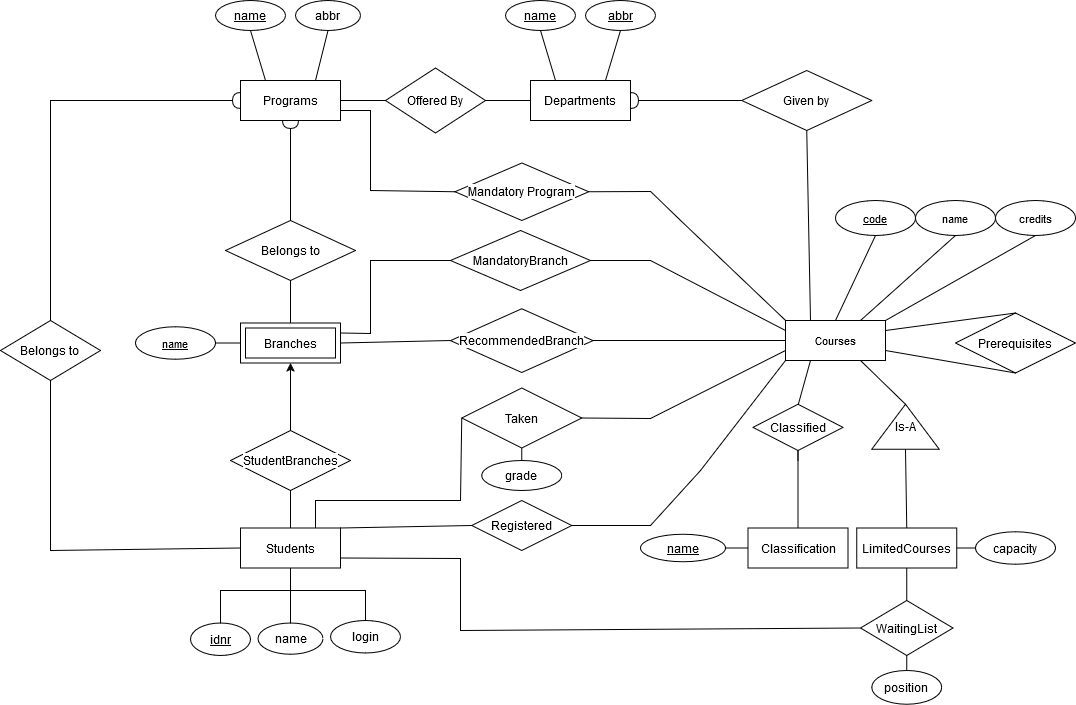
This is Part2/ER.png from kevinpettersson/DIT622-DATABASES, a draw.io export, as it was before one commit. Source tidied: cells renumbered, new cells last; positions are measured from the earlier drawing's top-left corner, leaving out a move shared by most shapes.
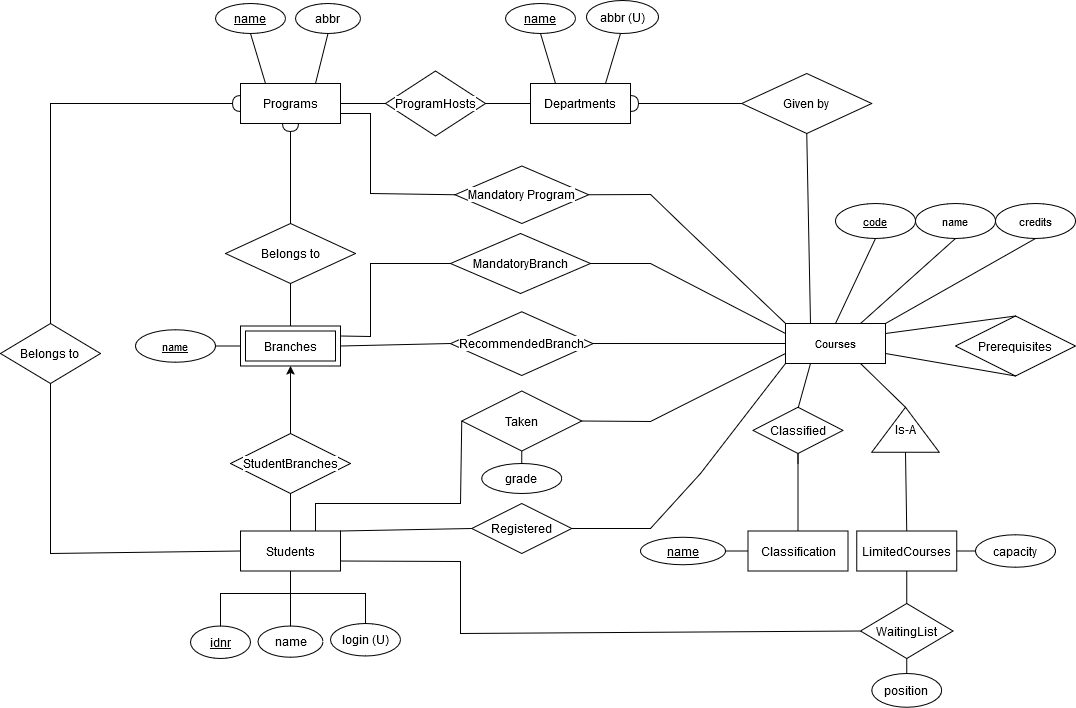
Later version of the same file.

What changed in the source:
```diff
@@ -8,7 +8,7 @@
     <mxCell id="3" value="Departments" style="whiteSpace=wrap;html=1;align=center;rounded=0;fontColor=default;labelBackgroundColor=default;labelBorderColor=none;" parent="1" vertex="1">
       <mxGeometry x="530" y="80" width="100" height="40" as="geometry" />
     </mxCell>
-    <mxCell id="4" value="Offered By" style="shape=rhombus;perimeter=rhombusPerimeter;whiteSpace=wrap;html=1;align=center;rounded=0;fontColor=default;labelBackgroundColor=default;labelBorderColor=none;" parent="1" vertex="1">
+    <mxCell id="4" value="ProgramHosts" style="shape=rhombus;perimeter=rhombusPerimeter;whiteSpace=wrap;html=1;align=center;rounded=0;fontColor=default;labelBackgroundColor=default;labelBorderColor=none;" parent="1" vertex="1">
       <mxGeometry x="385" y="67.5" width="100" height="65" as="geometry" />
     </mxCell>
     <mxCell id="5" style="endArrow=none;html=1;rounded=0;exitX=1;exitY=0.5;exitDx=0;exitDy=0;entryX=0;entryY=0.5;entryDx=0;entryDy=0;fontColor=default;labelBackgroundColor=default;labelBorderColor=none;" parent="1" edge="1" source="2" target="4">
@@ -26,9 +26,6 @@
     <mxCell id="9" value="abbr" style="ellipse;whiteSpace=wrap;html=1;align=center;rounded=0;fontColor=default;labelBackgroundColor=default;labelBorderColor=none;" parent="1" vertex="1">
       <mxGeometry x="295" width="65" height="30" as="geometry" />
     </mxCell>
-    <mxCell id="10" value="abbr" style="ellipse;whiteSpace=wrap;html=1;align=center;fontStyle=4;rounded=0;fontColor=default;labelBackgroundColor=default;labelBorderColor=none;" parent="1" vertex="1">
-      <mxGeometry x="585" width="70" height="30" as="geometry" />
-    </mxCell>
     <mxCell id="11" style="edgeStyle=none;shape=connector;curved=0;rounded=0;jettySize=auto;html=1;align=center;verticalAlign=middle;fontFamily=Helvetica;fontSize=11;fontColor=default;labelBackgroundColor=default;endArrow=halfCircle;endFill=0;entryX=0.5;entryY=1;entryDx=0;entryDy=0;labelBorderColor=none;" parent="1" edge="1" source="12" target="2">
       <mxGeometry relative="1" as="geometry" />
     </mxCell>
@@ -82,7 +79,7 @@
     <mxCell id="27" value="idnr" style="ellipse;whiteSpace=wrap;html=1;align=center;fontStyle=4;fontColor=default;labelBackgroundColor=default;labelBorderColor=none;" parent="1" vertex="1">
       <mxGeometry x="190" y="622.5" width="60" height="32.5" as="geometry" />
     </mxCell>
-    <mxCell id="28" value="login" style="ellipse;whiteSpace=wrap;html=1;align=center;fontColor=default;labelBackgroundColor=default;labelBorderColor=none;" parent="1" vertex="1">
+    <mxCell id="28" value="login (U)" style="ellipse;whiteSpace=wrap;html=1;align=center;fontColor=default;labelBackgroundColor=default;labelBorderColor=none;" parent="1" vertex="1">
       <mxGeometry x="330" y="620" width="70" height="32.5" as="geometry" />
     </mxCell>
     <mxCell id="29" value="name" style="ellipse;whiteSpace=wrap;html=1;align=center;fontColor=default;labelBackgroundColor=default;labelBorderColor=none;" parent="1" vertex="1">
@@ -283,8 +280,10 @@
     <mxCell id="73" style="endArrow=none;html=1;rounded=0;entryX=0.5;entryY=1;entryDx=0;entryDy=0;exitX=0.25;exitY=0;exitDx=0;exitDy=0;fontColor=default;labelBackgroundColor=default;labelBorderColor=none;" parent="1" edge="1" source="3" target="8">
       <mxGeometry relative="1" as="geometry" />
     </mxCell>
-    <mxCell id="74" style="endArrow=none;html=1;rounded=0;entryX=0.5;entryY=1;entryDx=0;entryDy=0;exitX=0.75;exitY=0;exitDx=0;exitDy=0;fontColor=default;labelBackgroundColor=default;labelBorderColor=none;" parent="1" edge="1" source="3" target="10">
-      <mxGeometry relative="1" as="geometry" />
+    <mxCell id="74" style="endArrow=none;html=1;rounded=0;entryX=0.5;entryY=1;entryDx=0;entryDy=0;exitX=0.75;exitY=0;exitDx=0;exitDy=0;fontColor=default;labelBackgroundColor=default;labelBorderColor=none;" parent="1" edge="1" source="3">
+      <mxGeometry relative="1" as="geometry">
+        <mxPoint x="620" y="30" as="targetPoint" />
+      </mxGeometry>
     </mxCell>
     <mxCell id="75" style="endArrow=none;html=1;rounded=0;entryX=0.5;entryY=1;entryDx=0;entryDy=0;exitX=0.25;exitY=0;exitDx=0;exitDy=0;fontColor=default;labelBackgroundColor=default;labelBorderColor=none;" parent="1" edge="1" source="2" target="7">
       <mxGeometry relative="1" as="geometry" />
@@ -307,5 +306,8 @@
     <mxCell id="81" style="endArrow=none;html=1;rounded=0;entryX=0.5;entryY=1;entryDx=0;entryDy=0;exitX=0.25;exitY=0;exitDx=0;exitDy=0;fontColor=default;labelBackgroundColor=default;labelBorderColor=none;" parent="1" edge="1" source="16" target="79">
       <mxGeometry relative="1" as="geometry" />
     </mxCell>
+    <mxCell id="82" value="abbr (U)" style="ellipse;whiteSpace=wrap;html=1;align=center;" parent="1" vertex="1">
+      <mxGeometry x="586" y="-3" width="72" height="33" as="geometry" />
+    </mxCell>
   </root>
 </mxGraphModel>
```
